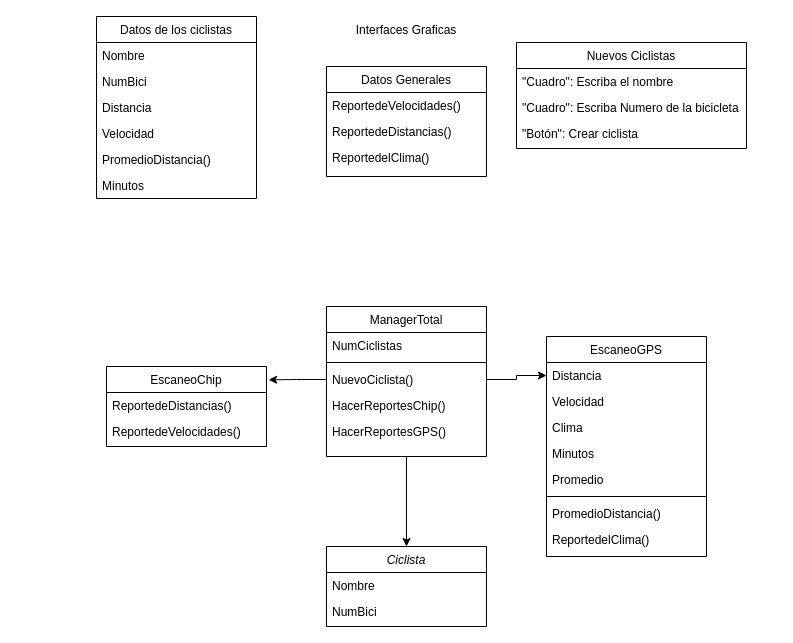
The draw.io diagram Wirenframes/Diagrama de clases.drawio in Kvnjet/KevinEspCaso2, before the edit. Source tidied: cells renumbered, new cells numbered last; positions are measured from the earlier drawing's top-left corner, leaving out a move shared by most shapes. Both pictures are drawn from the tidied source at 100%, with x=0, y=0 at pixel (96, 16).
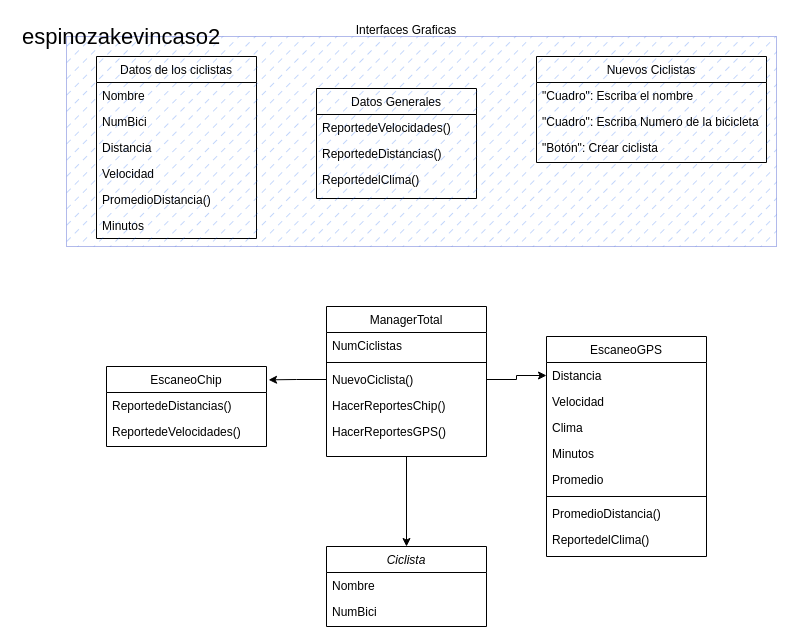
The same diagram, later.

Diff of the diagram source:
```diff
@@
     <mxCell id="27" value="Datos de los ciclistas" style="swimlane;fontStyle=0;align=center;verticalAlign=top;horizontal=1;startSize=26;rounded=0;shadow=0;strokeWidth=1;" parent="1" vertex="1">
-      <mxGeometry width="160" height="182" as="geometry" />
+      <mxGeometry y="40" width="160" height="182" as="geometry" />
     </mxCell>
@@
     <mxCell id="34" value="Datos Generales" style="swimlane;fontStyle=0;align=center;verticalAlign=top;horizontal=1;startSize=26;rounded=0;shadow=0;strokeWidth=1;" parent="1" vertex="1">
-      <mxGeometry x="230" y="50" width="160" height="110" as="geometry" />
+      <mxGeometry x="220" y="72" width="160" height="110" as="geometry" />
     </mxCell>
@@
     <mxCell id="38" value="Nuevos Ciclistas" style="swimlane;fontStyle=0;align=center;verticalAlign=top;horizontal=1;startSize=26;rounded=0;shadow=0;strokeWidth=1;" parent="1" vertex="1">
-      <mxGeometry x="420" y="26" width="230" height="106" as="geometry" />
+      <mxGeometry x="440" y="40" width="230" height="106" as="geometry" />
     </mxCell>
@@
+    <mxCell id="42" style="rounded=0;whiteSpace=wrap;html=1;fillColor=#0050ef;strokeColor=#001DBC;fillStyle=dashed;fontColor=#ffffff;opacity=30;" parent="1" vertex="1">
+      <mxGeometry x="-30" y="20" width="710" height="210" as="geometry" />
+    </mxCell>
+    <mxCell id="43" value="espinozakevincaso2" style="text;align=left;verticalAlign=top;spacingLeft=4;spacingRight=4;overflow=hidden;fontSize=22;" parent="1" vertex="1">
+      <mxGeometry x="-80" width="210" height="40" as="geometry" />
+    </mxCell>
```
